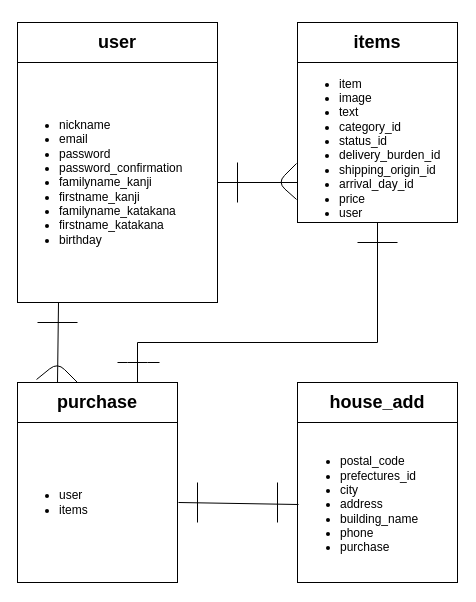
Before: furima.drawio in teruan777/furima_28422, a draw.io diagram. Source tidied: cells renumbered, new cells numbered last; positions are measured from the earlier drawing's top-left corner, leaving out a move shared by most shapes. Both pictures are drawn from the tidied source at 100%, with x=0, y=0 at pixel (17, 22).
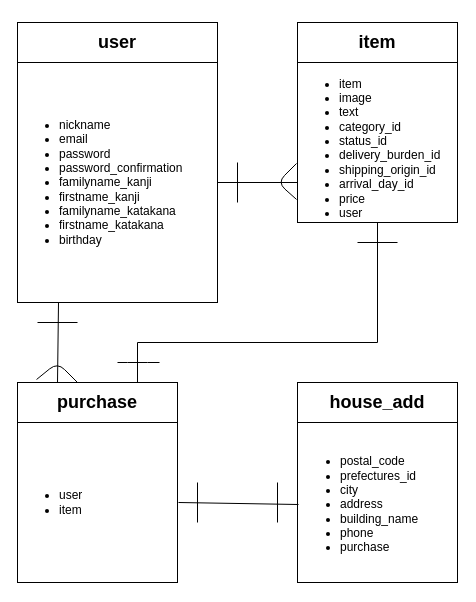
The same diagram, later.

Commit message:
アソシエーションの修正

Diff of the diagram source:
```diff
@@
-    <mxCell id="5" value="&lt;h2&gt;items&lt;/h2&gt;" style="rounded=0;whiteSpace=wrap;html=1;" parent="1" vertex="1">
+    <mxCell id="5" value="&lt;h2&gt;item&lt;/h2&gt;" style="rounded=0;whiteSpace=wrap;html=1;" parent="1" vertex="1">
       <mxGeometry x="280" width="160" height="40" as="geometry" />
     </mxCell>
@@
-    <mxCell id="7" value="&lt;ul&gt;&lt;li&gt;user&lt;/li&gt;&lt;li&gt;items&lt;/li&gt;&lt;/ul&gt;" style="text;strokeColor=none;fillColor=none;html=1;whiteSpace=wrap;verticalAlign=middle;overflow=hidden;" parent="1" vertex="1">
+    <mxCell id="7" value="&lt;ul&gt;&lt;li&gt;user&lt;/li&gt;&lt;li&gt;item&lt;/li&gt;&lt;/ul&gt;" style="text;strokeColor=none;fillColor=none;html=1;whiteSpace=wrap;verticalAlign=middle;overflow=hidden;" parent="1" vertex="1">
       <mxGeometry y="400" width="160" height="160" as="geometry" />
     </mxCell>
```
